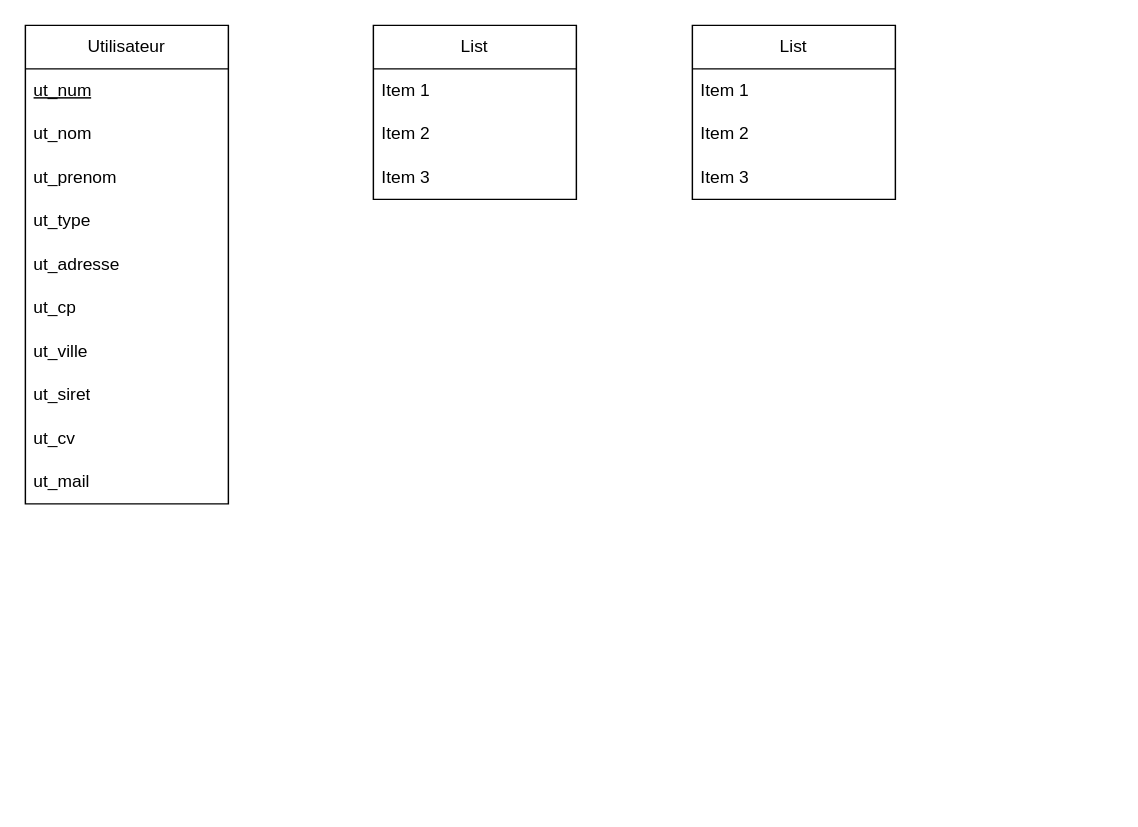
The draw.io diagram AMDWeb.drawio in Jojogit68/isoflat.github.io, before the edit. Source tidied: cells renumbered, new cells numbered last; positions are measured from the earlier drawing's top-left corner, leaving out a move shared by most shapes. Both pictures are drawn from the tidied source at 145%, with x=0, y=0 at pixel (25, 25).
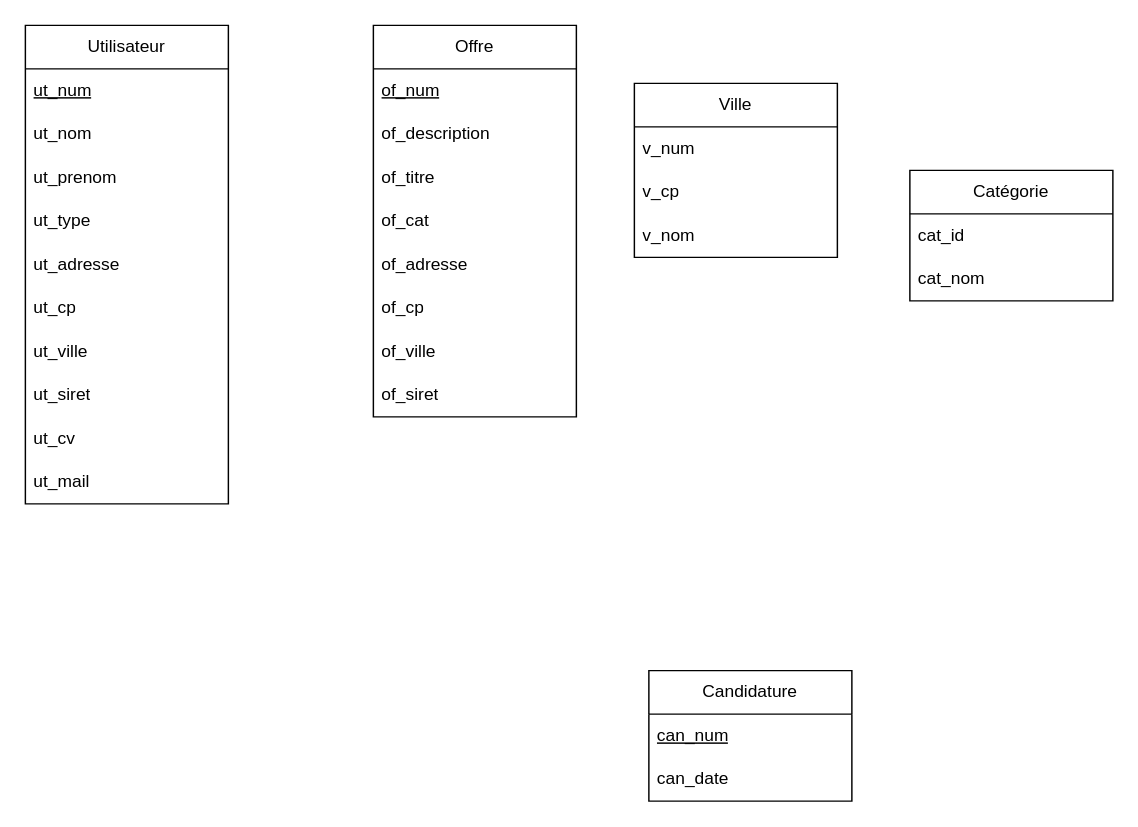
Above is the later version.

Commit message (it also covers changes not shown here):
Mettre à jour AMDWeb.drawio

What changed in the source:
```diff
@@
-    <mxCell id="2" value="List" style="swimlane;fontStyle=0;horizontal=1;startSize=30;whiteSpace=wrap;html=1;" parent="1" vertex="1">
-      <mxGeometry x="460" width="140" height="120" as="geometry" />
+    <mxCell id="2" value="Candidature" style="swimlane;fontStyle=0;horizontal=1;startSize=30;whiteSpace=wrap;html=1;" parent="1" vertex="1">
+      <mxGeometry x="430" y="445" width="140" height="90" as="geometry" />
     </mxCell>
-    <mxCell id="3" value="Item 1" style="text;strokeColor=none;fillColor=none;align=left;verticalAlign=middle;spacingLeft=4;spacingRight=4;overflow=hidden;whiteSpace=wrap;html=1;" parent="2" vertex="1">
+    <mxCell id="3" value="&lt;u&gt;can_num&lt;/u&gt;" style="text;strokeColor=none;fillColor=none;align=left;verticalAlign=middle;spacingLeft=4;spacingRight=4;overflow=hidden;whiteSpace=wrap;html=1;" parent="2" vertex="1">
       <mxGeometry y="30" width="140" height="30" as="geometry" />
     </mxCell>
-    <mxCell id="4" value="Item 2" style="text;strokeColor=none;fillColor=none;align=left;verticalAlign=middle;spacingLeft=4;spacingRight=4;overflow=hidden;whiteSpace=wrap;html=1;" parent="2" vertex="1">
+    <mxCell id="4" value="can_date" style="text;strokeColor=none;fillColor=none;align=left;verticalAlign=middle;spacingLeft=4;spacingRight=4;overflow=hidden;whiteSpace=wrap;html=1;" parent="2" vertex="1">
       <mxGeometry y="60" width="140" height="30" as="geometry" />
     </mxCell>
-    <mxCell id="5" value="Item 3" style="text;strokeColor=none;fillColor=none;align=left;verticalAlign=middle;spacingLeft=4;spacingRight=4;overflow=hidden;whiteSpace=wrap;html=1;" parent="2" vertex="1">
-      <mxGeometry y="90" width="140" height="30" as="geometry" />
-    </mxCell>
-    <mxCell id="6" value="List" style="swimlane;fontStyle=0;horizontal=1;startSize=30;whiteSpace=wrap;html=1;" parent="1" vertex="1">
-      <mxGeometry x="240" width="140" height="120" as="geometry" />
+    <mxCell id="6" value="Offre" style="swimlane;fontStyle=0;horizontal=1;startSize=30;whiteSpace=wrap;html=1;" parent="1" vertex="1">
+      <mxGeometry x="240" width="140" height="270" as="geometry" />
     </mxCell>
-    <mxCell id="7" value="Item 1" style="text;strokeColor=none;fillColor=none;align=left;verticalAlign=middle;spacingLeft=4;spacingRight=4;overflow=hidden;whiteSpace=wrap;html=1;" parent="6" vertex="1">
+    <mxCell id="7" value="&lt;u&gt;of_num&lt;/u&gt;" style="text;strokeColor=none;fillColor=none;align=left;verticalAlign=middle;spacingLeft=4;spacingRight=4;overflow=hidden;whiteSpace=wrap;html=1;" parent="6" vertex="1">
       <mxGeometry y="30" width="140" height="30" as="geometry" />
     </mxCell>
-    <mxCell id="8" value="Item 2" style="text;strokeColor=none;fillColor=none;align=left;verticalAlign=middle;spacingLeft=4;spacingRight=4;overflow=hidden;whiteSpace=wrap;html=1;" parent="6" vertex="1">
+    <mxCell id="8" value="of_description" style="text;strokeColor=none;fillColor=none;align=left;verticalAlign=middle;spacingLeft=4;spacingRight=4;overflow=hidden;whiteSpace=wrap;html=1;" parent="6" vertex="1">
       <mxGeometry y="60" width="140" height="30" as="geometry" />
     </mxCell>
-    <mxCell id="9" value="Item 3" style="text;strokeColor=none;fillColor=none;align=left;verticalAlign=middle;spacingLeft=4;spacingRight=4;overflow=hidden;whiteSpace=wrap;html=1;" parent="6" vertex="1">
+    <mxCell id="9" value="of_titre" style="text;strokeColor=none;fillColor=none;align=left;verticalAlign=middle;spacingLeft=4;spacingRight=4;overflow=hidden;whiteSpace=wrap;html=1;" parent="6" vertex="1">
       <mxGeometry y="90" width="140" height="30" as="geometry" />
     </mxCell>
+    <mxCell id="21" value="of_cat" style="text;strokeColor=none;fillColor=none;align=left;verticalAlign=middle;spacingLeft=4;spacingRight=4;overflow=hidden;whiteSpace=wrap;html=1;" parent="6" vertex="1">
+      <mxGeometry y="120" width="140" height="30" as="geometry" />
+    </mxCell>
+    <mxCell id="22" value="of_adresse" style="text;strokeColor=none;fillColor=none;align=left;verticalAlign=middle;spacingLeft=4;spacingRight=4;overflow=hidden;whiteSpace=wrap;html=1;" parent="6" vertex="1">
+      <mxGeometry y="150" width="140" height="30" as="geometry" />
+    </mxCell>
+    <mxCell id="23" value="of_cp" style="text;strokeColor=none;fillColor=none;align=left;verticalAlign=middle;spacingLeft=4;spacingRight=4;overflow=hidden;whiteSpace=wrap;html=1;" parent="6" vertex="1">
+      <mxGeometry y="180" width="140" height="30" as="geometry" />
+    </mxCell>
+    <mxCell id="24" value="of_ville" style="text;strokeColor=none;fillColor=none;align=left;verticalAlign=middle;spacingLeft=4;spacingRight=4;overflow=hidden;whiteSpace=wrap;html=1;" parent="6" vertex="1">
+      <mxGeometry y="210" width="140" height="30" as="geometry" />
+    </mxCell>
+    <mxCell id="25" value="of_siret" style="text;strokeColor=none;fillColor=none;align=left;verticalAlign=middle;spacingLeft=4;spacingRight=4;overflow=hidden;whiteSpace=wrap;html=1;" parent="6" vertex="1">
+      <mxGeometry y="240" width="140" height="30" as="geometry" />
+    </mxCell>
@@
+    <mxCell id="26" value="Catégorie" style="swimlane;fontStyle=0;horizontal=1;startSize=30;whiteSpace=wrap;html=1;" parent="1" vertex="1">
+      <mxGeometry x="610" y="100" width="140" height="90" as="geometry" />
+    </mxCell>
+    <mxCell id="27" value="cat_id" style="text;strokeColor=none;fillColor=none;align=left;verticalAlign=middle;spacingLeft=4;spacingRight=4;overflow=hidden;whiteSpace=wrap;html=1;" parent="26" vertex="1">
+      <mxGeometry y="30" width="140" height="30" as="geometry" />
+    </mxCell>
+    <mxCell id="28" value="cat_nom" style="text;strokeColor=none;fillColor=none;align=left;verticalAlign=middle;spacingLeft=4;spacingRight=4;overflow=hidden;whiteSpace=wrap;html=1;" parent="26" vertex="1">
+      <mxGeometry y="60" width="140" height="30" as="geometry" />
+    </mxCell>
+    <mxCell id="29" value="Ville" style="swimlane;fontStyle=0;horizontal=1;startSize=30;whiteSpace=wrap;html=1;" parent="1" vertex="1">
+      <mxGeometry x="420" y="40" width="140" height="120" as="geometry" />
+    </mxCell>
+    <mxCell id="30" value="v_num" style="text;strokeColor=none;fillColor=none;align=left;verticalAlign=middle;spacingLeft=4;spacingRight=4;overflow=hidden;whiteSpace=wrap;html=1;" parent="29" vertex="1">
+      <mxGeometry y="30" width="140" height="30" as="geometry" />
+    </mxCell>
+    <mxCell id="31" value="v_cp" style="text;strokeColor=none;fillColor=none;align=left;verticalAlign=middle;spacingLeft=4;spacingRight=4;overflow=hidden;whiteSpace=wrap;html=1;" parent="29" vertex="1">
+      <mxGeometry y="60" width="140" height="30" as="geometry" />
+    </mxCell>
+    <mxCell id="32" value="v_nom" style="text;strokeColor=none;fillColor=none;align=left;verticalAlign=middle;spacingLeft=4;spacingRight=4;overflow=hidden;whiteSpace=wrap;html=1;" parent="29" vertex="1">
+      <mxGeometry y="90" width="140" height="30" as="geometry" />
+    </mxCell>
```
